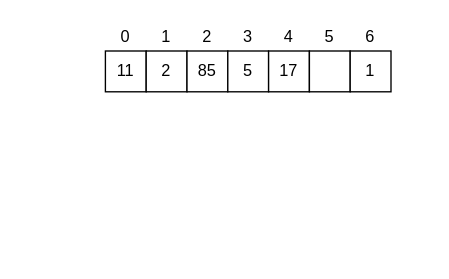
Before: docs/MergeSort.drawio in rajsenthil/tdd-java, a draw.io diagram. Source tidied: cells renumbered, new cells numbered last; positions are measured from the earlier drawing's top-left corner, leaving out a move shared by most shapes. Both pictures are drawn from the tidied source at 136%, with x=0, y=0 at pixel (105, 23).
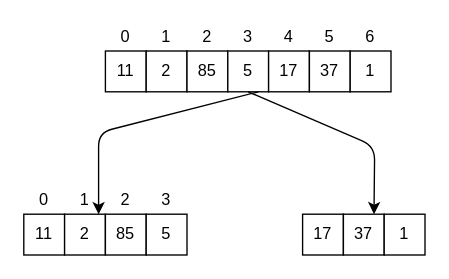
After the change.

The change refers to these unchanged cells:
```xml
<mxCell id="5" value="5" style="whiteSpace=wrap;html=1;" parent="1" vertex="1">
  <mxGeometry x="90" y="20" width="30" height="30" as="geometry" />
</mxCell>
```

Diff of the diagram source:
```diff
@@
-    <mxCell id="7" style="whiteSpace=wrap;html=1;" parent="1" vertex="1">
+    <mxCell id="7" value="37" style="whiteSpace=wrap;html=1;" parent="1" vertex="1">
       <mxGeometry x="150" y="20" width="30" height="30" as="geometry" />
     </mxCell>
@@
+    <mxCell id="16" value="11" style="whiteSpace=wrap;html=1;" parent="1" vertex="1">
+      <mxGeometry x="-60" y="140" width="30" height="30" as="geometry" />
+    </mxCell>
+    <mxCell id="17" value="2" style="whiteSpace=wrap;html=1;" parent="1" vertex="1">
+      <mxGeometry x="-30" y="140" width="30" height="30" as="geometry" />
+    </mxCell>
+    <mxCell id="18" value="85" style="whiteSpace=wrap;html=1;" parent="1" vertex="1">
+      <mxGeometry y="140" width="30" height="30" as="geometry" />
+    </mxCell>
+    <mxCell id="19" value="5" style="whiteSpace=wrap;html=1;" parent="1" vertex="1">
+      <mxGeometry x="30" y="140" width="30" height="30" as="geometry" />
+    </mxCell>
+    <mxCell id="20" value="0" style="text;html=1;strokeColor=none;fillColor=none;align=center;verticalAlign=middle;whiteSpace=wrap;rounded=0;" parent="1" vertex="1">
+      <mxGeometry x="-55" y="120" width="20" height="20" as="geometry" />
+    </mxCell>
+    <mxCell id="21" value="1" style="text;html=1;strokeColor=none;fillColor=none;align=center;verticalAlign=middle;whiteSpace=wrap;rounded=0;" parent="1" vertex="1">
+      <mxGeometry x="-25" y="120" width="20" height="20" as="geometry" />
+    </mxCell>
+    <mxCell id="22" value="2" style="text;html=1;strokeColor=none;fillColor=none;align=center;verticalAlign=middle;whiteSpace=wrap;rounded=0;" parent="1" vertex="1">
+      <mxGeometry x="5" y="120" width="20" height="20" as="geometry" />
+    </mxCell>
+    <mxCell id="23" value="3" style="text;html=1;strokeColor=none;fillColor=none;align=center;verticalAlign=middle;whiteSpace=wrap;rounded=0;" parent="1" vertex="1">
+      <mxGeometry x="35" y="120" width="20" height="20" as="geometry" />
+    </mxCell>
+    <mxCell id="24" value="17" style="whiteSpace=wrap;html=1;" parent="1" vertex="1">
+      <mxGeometry x="145" y="140" width="30" height="30" as="geometry" />
+    </mxCell>
+    <mxCell id="25" value="37" style="whiteSpace=wrap;html=1;" parent="1" vertex="1">
+      <mxGeometry x="175" y="140" width="30" height="30" as="geometry" />
+    </mxCell>
+    <mxCell id="26" value="1" style="whiteSpace=wrap;html=1;" parent="1" vertex="1">
+      <mxGeometry x="205" y="140" width="30" height="30" as="geometry" />
+    </mxCell>
+    <mxCell id="27" style="endArrow=classic;html=1;entryX=1;entryY=1;entryDx=0;entryDy=0;exitX=0.75;exitY=1;exitDx=0;exitDy=0;" parent="1" edge="1" source="5" target="21">
+      <mxGeometry relative="1" as="geometry">
+        <Array as="points">
+          <mxPoint x="-5" y="80" />
+        </Array>
+      </mxGeometry>
+    </mxCell>
+    <mxCell id="28" style="endArrow=classic;html=1;entryX=0.75;entryY=0;entryDx=0;entryDy=0;exitX=0.5;exitY=1;exitDx=0;exitDy=0;" parent="1" edge="1" source="5" target="25">
+      <mxGeometry relative="1" as="geometry">
+        <Array as="points">
+          <mxPoint x="198" y="90" />
+        </Array>
+      </mxGeometry>
+    </mxCell>
```
